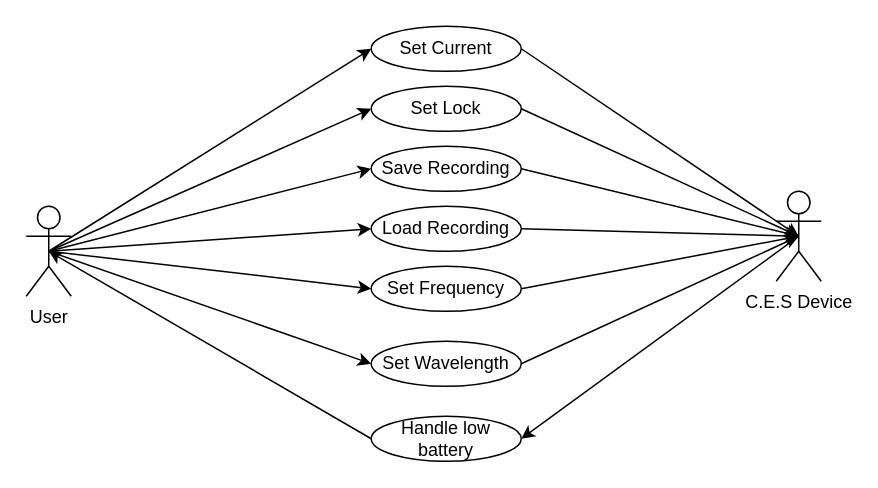
Before: Documentation/use-case-diagram.drawio in willwright1213/CESSimulator, a draw.io diagram. Source tidied: cells renumbered, new cells numbered last; positions are measured from the earlier drawing's top-left corner, leaving out a move shared by most shapes. Both pictures are drawn from the tidied source at 150%, with x=0, y=0 at pixel (26, 26).
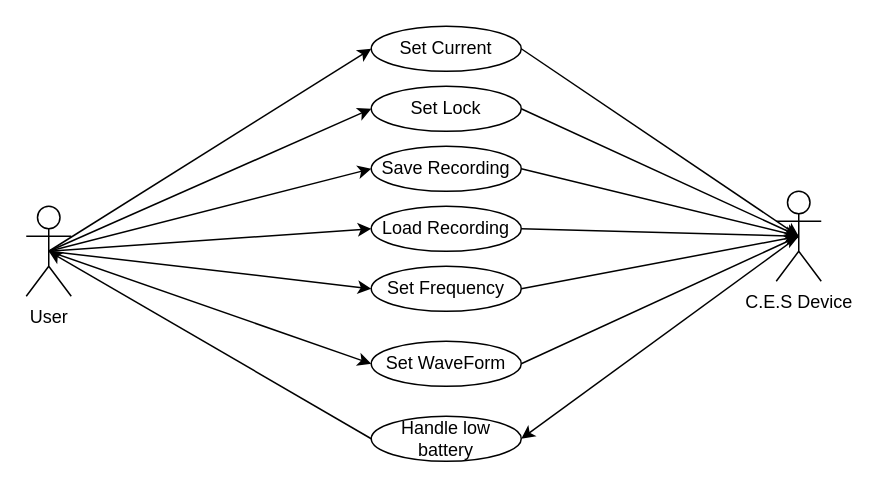
The same diagram, later.

Commit message:
use case diagram

The edit, as a diff of the source:
```diff
@@
-    <mxCell id="22" value="Set Wavelength" style="ellipse;whiteSpace=wrap;html=1;" parent="1" vertex="1">
+    <mxCell id="22" value="Set WaveForm" style="ellipse;whiteSpace=wrap;html=1;" parent="1" vertex="1">
       <mxGeometry x="230" y="210" width="100" height="30" as="geometry" />
     </mxCell>
```
